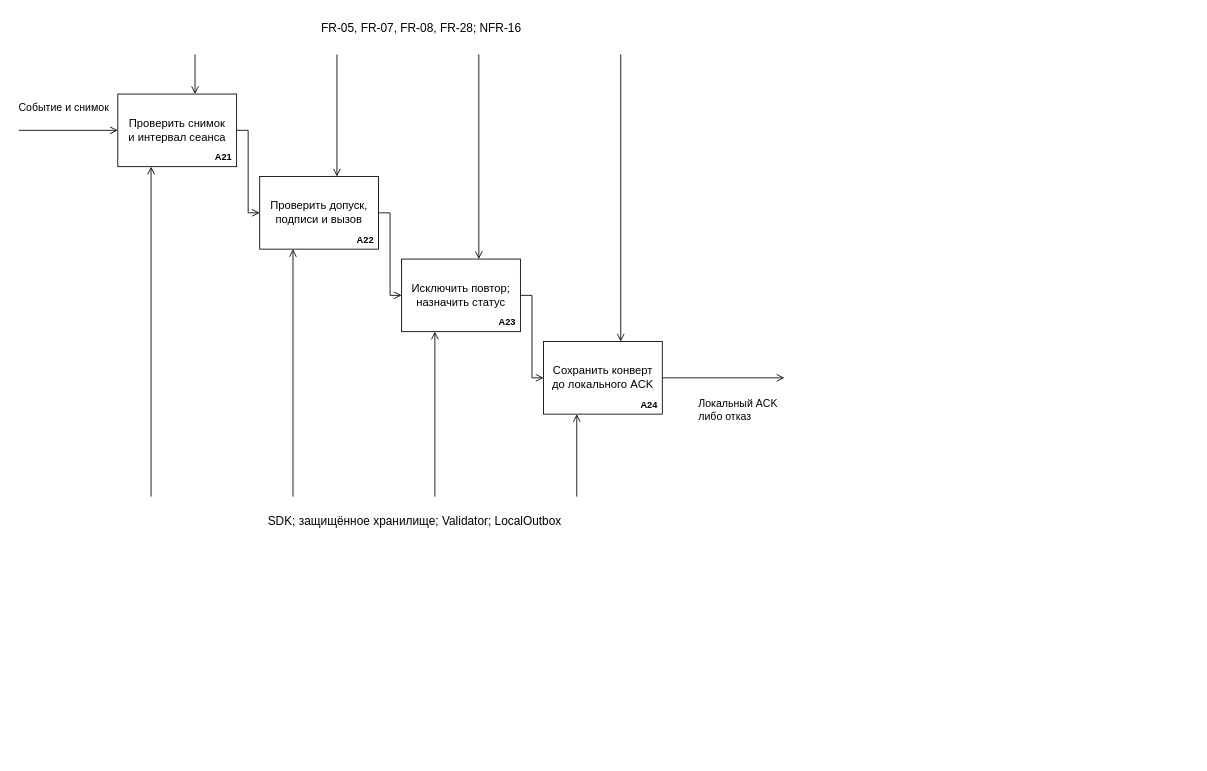
Before: page "Декомпозиция IDEF0 A2 — приём отметки" (3 of 27) of docs/diagrams/technical-project/attendify-technical-project.drawio in idkwhyiamsogood/attendify, a draw.io diagram. Source tidied: cells renumbered, new cells numbered last; positions are measured from the earlier drawing's top-left corner, leaving out a move shared by most shapes. Both pictures are drawn from the tidied source at 66%, with x=0, y=0 at pixel (18, 11).
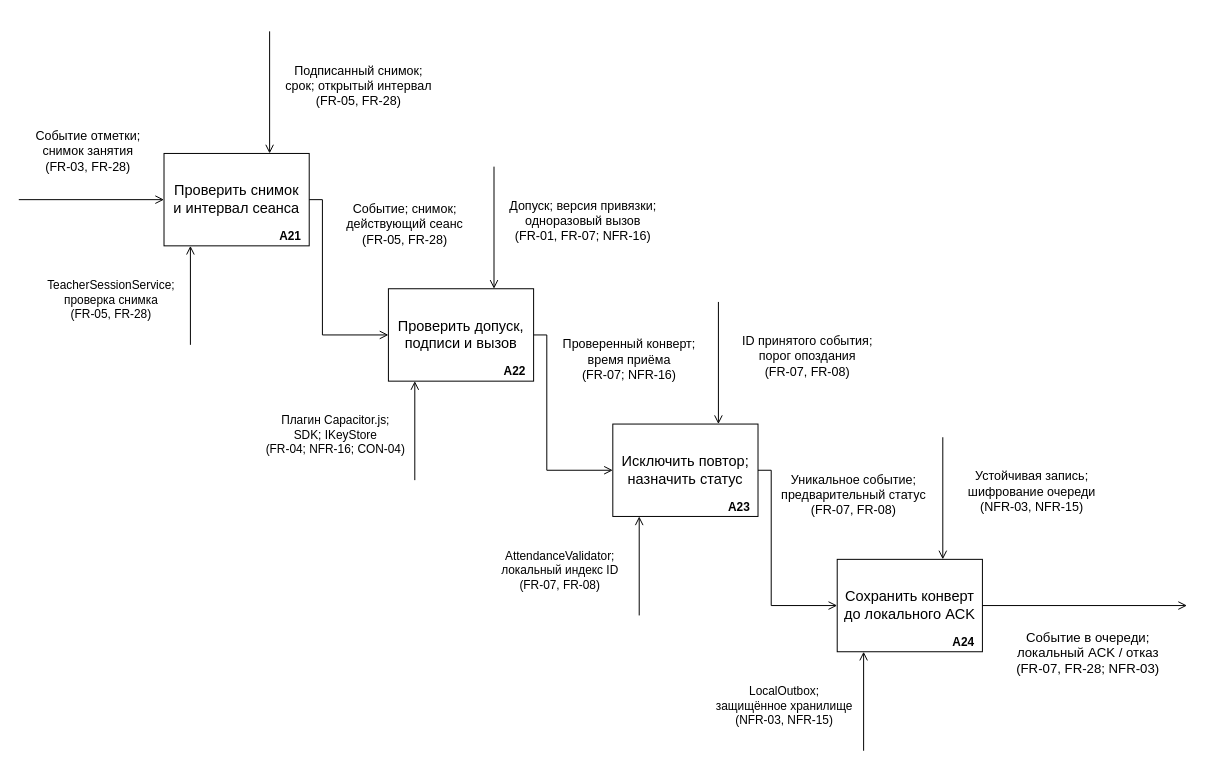
The same diagram, later.

Change to the diagram source:
```diff
@@
-    <mxCell id="2" value="Проверить снимок&#10;и интервал сеанса" style="whiteSpace=wrap;html=0;fontFamily=Arial;fontSize=17;fontColor=#000000;strokeColor=#000000;fillColor=#ffffff;strokeWidth=1.3;spacing=5;" parent="1" vertex="1">
-      <mxGeometry x="150" y="125" width="180" height="110" as="geometry" />
+    <mxCell id="2" value="Проверить снимок&#10;и интервал сеанса" style="whiteSpace=wrap;html=0;fontFamily=Arial;fontSize=22;fontColor=#000000;strokeColor=#000000;fillColor=#ffffff;strokeWidth=1.5;spacing=10;" parent="1" vertex="1">
+      <mxGeometry x="220" y="215" width="220" height="140" as="geometry" />
     </mxCell>
-    <mxCell id="3" value="A21" style="whiteSpace=wrap;html=0;fontFamily=Arial;fontSize=14;fontColor=#000000;strokeColor=#000000;fillColor=#ffffff;strokeWidth=1.3;spacing=5;text;strokeColor=none;fillColor=none;align=right;verticalAlign=middle;spacing=0;fontStyle=1;" parent="1" vertex="1">
-      <mxGeometry x="285" y="211" width="38" height="19" as="geometry" />
+    <mxCell id="3" value="A21" style="text;html=0;align=right;verticalAlign=middle;fontFamily=Arial;fontSize=18;fontStyle=1;strokeColor=none;fillColor=none;fontColor=#000000;" parent="1" vertex="1">
+      <mxGeometry x="385" y="327" width="45" height="23" as="geometry" />
     </mxCell>
-    <mxCell id="4" style="html=0;fontFamily=Arial;fontSize=16;strokeColor=#000000;strokeWidth=1.3;fontColor=#000000;endArrow=open;endSize=9;startArrow=none;rounded=0;noEdgeStyle=1;labelBackgroundColor=#ffffff;" parent="1" edge="1">
-      <mxGeometry relative="1" as="geometry">
-        <mxPoint x="267" y="65" as="sourcePoint" />
-        <mxPoint x="267" y="125" as="targetPoint" />
-      </mxGeometry>
-    </mxCell>
-    <mxCell id="5" style="html=0;fontFamily=Arial;fontSize=16;strokeColor=#000000;strokeWidth=1.3;fontColor=#000000;endArrow=open;endSize=9;startArrow=none;rounded=0;noEdgeStyle=1;labelBackgroundColor=#ffffff;" parent="1" edge="1">
-      <mxGeometry relative="1" as="geometry">
-        <mxPoint x="200.4" y="735" as="sourcePoint" />
-        <mxPoint x="200.4" y="235" as="targetPoint" />
-      </mxGeometry>
-    </mxCell>
+    <mxCell id="27" value="Подписанный снимок;&#10;срок; открытый интервал&#10;(FR-05, FR-28)" style="html=0;fontFamily=Arial;fontSize=19;fontColor=#000000;strokeColor=#000000;strokeWidth=1.5;endArrow=open;endSize=10;startArrow=none;rounded=0;noEdgeStyle=1;labelBackgroundColor=#ffffff;labelWidth=235;align=center;verticalAlign=middle;spacing=2;" parent="1" edge="1">
+      <mxGeometry relative="1" as="geometry">
+        <mxPoint x="380" y="30" as="sourcePoint" />
+        <mxPoint x="380" y="215" as="targetPoint" />
+        <mxPoint x="135" y="-12.5" as="offset" />
+      </mxGeometry>
+    </mxCell>
+    <mxCell id="28" value="TeacherSessionService;&#10;проверка снимка&#10;(FR-05, FR-28)" style="html=0;fontFamily=Arial;fontSize=18;fontColor=#000000;strokeColor=#000000;strokeWidth=1.5;endArrow=open;endSize=10;startArrow=none;rounded=0;noEdgeStyle=1;labelBackgroundColor=#ffffff;labelWidth=225;align=center;verticalAlign=middle;spacing=2;" parent="1" edge="1">
+      <mxGeometry relative="1" as="geometry">
+        <mxPoint x="260" y="505" as="sourcePoint" />
+        <mxPoint x="260" y="355" as="targetPoint" />
+        <mxPoint x="-120" y="5" as="offset" />
+      </mxGeometry>
+    </mxCell>
-    <mxCell id="6" value="Проверить допуск,&#10;подписи и вызов" style="whiteSpace=wrap;html=0;fontFamily=Arial;fontSize=17;fontColor=#000000;strokeColor=#000000;fillColor=#ffffff;strokeWidth=1.3;spacing=5;" parent="1" vertex="1">
-      <mxGeometry x="365" y="250" width="180" height="110" as="geometry" />
+    <mxCell id="6" value="Проверить допуск,&#10;подписи и вызов" style="whiteSpace=wrap;html=0;fontFamily=Arial;fontSize=22;fontColor=#000000;strokeColor=#000000;fillColor=#ffffff;strokeWidth=1.5;spacing=10;" parent="1" vertex="1">
+      <mxGeometry x="560" y="420" width="220" height="140" as="geometry" />
     </mxCell>
-    <mxCell id="7" value="A22" style="whiteSpace=wrap;html=0;fontFamily=Arial;fontSize=14;fontColor=#000000;strokeColor=#000000;fillColor=#ffffff;strokeWidth=1.3;spacing=5;text;strokeColor=none;fillColor=none;align=right;verticalAlign=middle;spacing=0;fontStyle=1;" parent="1" vertex="1">
-      <mxGeometry x="500" y="336" width="38" height="19" as="geometry" />
+    <mxCell id="7" value="A22" style="text;html=0;align=right;verticalAlign=middle;fontFamily=Arial;fontSize=18;fontStyle=1;strokeColor=none;fillColor=none;fontColor=#000000;" parent="1" vertex="1">
+      <mxGeometry x="725" y="532" width="45" height="23" as="geometry" />
     </mxCell>
-    <mxCell id="8" style="html=0;fontFamily=Arial;fontSize=16;strokeColor=#000000;strokeWidth=1.3;fontColor=#000000;endArrow=open;endSize=9;startArrow=none;rounded=0;noEdgeStyle=1;labelBackgroundColor=#ffffff;" parent="1" edge="1">
-      <mxGeometry relative="1" as="geometry">
-        <mxPoint x="482" y="65" as="sourcePoint" />
-        <mxPoint x="482" y="250" as="targetPoint" />
-      </mxGeometry>
-    </mxCell>
-    <mxCell id="9" style="html=0;fontFamily=Arial;fontSize=16;strokeColor=#000000;strokeWidth=1.3;fontColor=#000000;endArrow=open;endSize=9;startArrow=none;rounded=0;noEdgeStyle=1;labelBackgroundColor=#ffffff;" parent="1" edge="1">
-      <mxGeometry relative="1" as="geometry">
-        <mxPoint x="415.4" y="735" as="sourcePoint" />
-        <mxPoint x="415.4" y="360" as="targetPoint" />
-      </mxGeometry>
-    </mxCell>
+    <mxCell id="29" value="Допуск; версия привязки;&#10;одноразовый вызов&#10;(FR-01, FR-07; NFR-16)" style="html=0;fontFamily=Arial;fontSize=19;fontColor=#000000;strokeColor=#000000;strokeWidth=1.5;endArrow=open;endSize=10;startArrow=none;rounded=0;noEdgeStyle=1;labelBackgroundColor=#ffffff;labelWidth=235;align=center;verticalAlign=middle;spacing=2;" parent="1" edge="1">
+      <mxGeometry relative="1" as="geometry">
+        <mxPoint x="720" y="235" as="sourcePoint" />
+        <mxPoint x="720" y="420" as="targetPoint" />
+        <mxPoint x="135" y="-12.5" as="offset" />
+      </mxGeometry>
+    </mxCell>
+    <mxCell id="30" value="Плагин Capacitor.js;&#10;SDK; IKeyStore&#10;(FR-04; NFR-16; CON-04)" style="html=0;fontFamily=Arial;fontSize=18;fontColor=#000000;strokeColor=#000000;strokeWidth=1.5;endArrow=open;endSize=10;startArrow=none;rounded=0;noEdgeStyle=1;labelBackgroundColor=#ffffff;labelWidth=225;align=center;verticalAlign=middle;spacing=2;" parent="1" edge="1">
+      <mxGeometry relative="1" as="geometry">
+        <mxPoint x="600" y="710" as="sourcePoint" />
+        <mxPoint x="600" y="560" as="targetPoint" />
+        <mxPoint x="-120" y="5" as="offset" />
+      </mxGeometry>
+    </mxCell>
-    <mxCell id="10" value="Исключить повтор;&#10;назначить статус" style="whiteSpace=wrap;html=0;fontFamily=Arial;fontSize=17;fontColor=#000000;strokeColor=#000000;fillColor=#ffffff;strokeWidth=1.3;spacing=5;" parent="1" vertex="1">
-      <mxGeometry x="580" y="375" width="180" height="110" as="geometry" />
+    <mxCell id="10" value="Исключить повтор;&#10;назначить статус" style="whiteSpace=wrap;html=0;fontFamily=Arial;fontSize=22;fontColor=#000000;strokeColor=#000000;fillColor=#ffffff;strokeWidth=1.5;spacing=10;" parent="1" vertex="1">
+      <mxGeometry x="900" y="625" width="220" height="140" as="geometry" />
     </mxCell>
-    <mxCell id="11" value="A23" style="whiteSpace=wrap;html=0;fontFamily=Arial;fontSize=14;fontColor=#000000;strokeColor=#000000;fillColor=#ffffff;strokeWidth=1.3;spacing=5;text;strokeColor=none;fillColor=none;align=right;verticalAlign=middle;spacing=0;fontStyle=1;" parent="1" vertex="1">
-      <mxGeometry x="715" y="461" width="38" height="19" as="geometry" />
+    <mxCell id="11" value="A23" style="text;html=0;align=right;verticalAlign=middle;fontFamily=Arial;fontSize=18;fontStyle=1;strokeColor=none;fillColor=none;fontColor=#000000;" parent="1" vertex="1">
+      <mxGeometry x="1065" y="737" width="45" height="23" as="geometry" />
     </mxCell>
-    <mxCell id="12" style="html=0;fontFamily=Arial;fontSize=16;strokeColor=#000000;strokeWidth=1.3;fontColor=#000000;endArrow=open;endSize=9;startArrow=none;rounded=0;noEdgeStyle=1;labelBackgroundColor=#ffffff;" parent="1" edge="1">
-      <mxGeometry relative="1" as="geometry">
-        <mxPoint x="697" y="65" as="sourcePoint" />
-        <mxPoint x="697" y="375" as="targetPoint" />
-      </mxGeometry>
-    </mxCell>
-    <mxCell id="13" style="html=0;fontFamily=Arial;fontSize=16;strokeColor=#000000;strokeWidth=1.3;fontColor=#000000;endArrow=open;endSize=9;startArrow=none;rounded=0;noEdgeStyle=1;labelBackgroundColor=#ffffff;" parent="1" edge="1">
-      <mxGeometry relative="1" as="geometry">
-        <mxPoint x="630.4" y="735" as="sourcePoint" />
-        <mxPoint x="630.4" y="485" as="targetPoint" />
-      </mxGeometry>
-    </mxCell>
+    <mxCell id="31" value="ID принятого события;&#10;порог опоздания&#10;(FR-07, FR-08)" style="html=0;fontFamily=Arial;fontSize=19;fontColor=#000000;strokeColor=#000000;strokeWidth=1.5;endArrow=open;endSize=10;startArrow=none;rounded=0;noEdgeStyle=1;labelBackgroundColor=#ffffff;labelWidth=235;align=center;verticalAlign=middle;spacing=2;" parent="1" edge="1">
+      <mxGeometry relative="1" as="geometry">
+        <mxPoint x="1060" y="440" as="sourcePoint" />
+        <mxPoint x="1060" y="625" as="targetPoint" />
+        <mxPoint x="135" y="-12.5" as="offset" />
+      </mxGeometry>
+    </mxCell>
+    <mxCell id="32" value="AttendanceValidator;&#10;локальный индекс ID&#10;(FR-07, FR-08)" style="html=0;fontFamily=Arial;fontSize=18;fontColor=#000000;strokeColor=#000000;strokeWidth=1.5;endArrow=open;endSize=10;startArrow=none;rounded=0;noEdgeStyle=1;labelBackgroundColor=#ffffff;labelWidth=225;align=center;verticalAlign=middle;spacing=2;" parent="1" edge="1">
+      <mxGeometry relative="1" as="geometry">
+        <mxPoint x="940" y="915" as="sourcePoint" />
+        <mxPoint x="940" y="765" as="targetPoint" />
+        <mxPoint x="-120" y="5" as="offset" />
+      </mxGeometry>
+    </mxCell>
-    <mxCell id="14" value="Сохранить конверт&#10;до локального ACK" style="whiteSpace=wrap;html=0;fontFamily=Arial;fontSize=17;fontColor=#000000;strokeColor=#000000;fillColor=#ffffff;strokeWidth=1.3;spacing=5;" parent="1" vertex="1">
-      <mxGeometry x="795" y="500" width="180" height="110" as="geometry" />
+    <mxCell id="14" value="Сохранить конверт&#10;до локального ACK" style="whiteSpace=wrap;html=0;fontFamily=Arial;fontSize=22;fontColor=#000000;strokeColor=#000000;fillColor=#ffffff;strokeWidth=1.5;spacing=10;" parent="1" vertex="1">
+      <mxGeometry x="1240" y="830" width="220" height="140" as="geometry" />
     </mxCell>
-    <mxCell id="15" value="A24" style="whiteSpace=wrap;html=0;fontFamily=Arial;fontSize=14;fontColor=#000000;strokeColor=#000000;fillColor=#ffffff;strokeWidth=1.3;spacing=5;text;strokeColor=none;fillColor=none;align=right;verticalAlign=middle;spacing=0;fontStyle=1;" parent="1" vertex="1">
-      <mxGeometry x="930" y="586" width="38" height="19" as="geometry" />
+    <mxCell id="15" value="A24" style="text;html=0;align=right;verticalAlign=middle;fontFamily=Arial;fontSize=18;fontStyle=1;strokeColor=none;fillColor=none;fontColor=#000000;" parent="1" vertex="1">
+      <mxGeometry x="1405" y="942" width="45" height="23" as="geometry" />
     </mxCell>
-    <mxCell id="16" style="html=0;fontFamily=Arial;fontSize=16;strokeColor=#000000;strokeWidth=1.3;fontColor=#000000;endArrow=open;endSize=9;startArrow=none;rounded=0;noEdgeStyle=1;labelBackgroundColor=#ffffff;" parent="1" edge="1">
-      <mxGeometry relative="1" as="geometry">
-        <mxPoint x="912" y="65" as="sourcePoint" />
-        <mxPoint x="912" y="500" as="targetPoint" />
-      </mxGeometry>
-    </mxCell>
-    <mxCell id="17" style="html=0;fontFamily=Arial;fontSize=16;strokeColor=#000000;strokeWidth=1.3;fontColor=#000000;endArrow=open;endSize=9;startArrow=none;rounded=0;noEdgeStyle=1;labelBackgroundColor=#ffffff;" parent="1" edge="1">
-      <mxGeometry relative="1" as="geometry">
-        <mxPoint x="845.4" y="735" as="sourcePoint" />
-        <mxPoint x="845.4" y="610" as="targetPoint" />
-      </mxGeometry>
-    </mxCell>
-    <mxCell id="18" value="FR-05, FR-07, FR-08, FR-28; NFR-16" style="whiteSpace=wrap;html=0;fontFamily=Arial;fontSize=18;fontColor=#000000;strokeColor=#000000;fillColor=#ffffff;strokeWidth=1.3;spacing=5;text;strokeColor=none;fillColor=none;align=center;verticalAlign=middle;spacing=0;" parent="1" vertex="1">
-      <mxGeometry x="160" width="900" height="50" as="geometry" />
-    </mxCell>
-    <mxCell id="19" value="SDK; защищённое хранилище; Validator; LocalOutbox" style="whiteSpace=wrap;html=0;fontFamily=Arial;fontSize=18;fontColor=#000000;strokeColor=#000000;fillColor=#ffffff;strokeWidth=1.3;spacing=5;text;strokeColor=none;fillColor=none;align=center;verticalAlign=middle;spacing=0;" parent="1" vertex="1">
-      <mxGeometry x="110" y="750" width="980" height="45" as="geometry" />
-    </mxCell>
-    <mxCell id="20" style="html=0;fontFamily=Arial;fontSize=16;strokeColor=#000000;strokeWidth=1.3;fontColor=#000000;endArrow=open;endSize=9;startArrow=none;rounded=0;noEdgeStyle=1;labelBackgroundColor=#ffffff;" parent="1" edge="1">
-      <mxGeometry relative="1" as="geometry">
-        <mxPoint y="180" as="sourcePoint" />
-        <mxPoint x="150" y="180" as="targetPoint" />
-      </mxGeometry>
-    </mxCell>
-    <mxCell id="21" value="Событие и снимок" style="whiteSpace=wrap;html=0;fontFamily=Arial;fontSize=16;fontColor=#000000;strokeColor=#000000;fillColor=#ffffff;strokeWidth=1.3;spacing=5;text;strokeColor=none;fillColor=none;align=left;verticalAlign=middle;spacing=0;" parent="1" vertex="1">
-      <mxGeometry y="120" width="145" height="50" as="geometry" />
-    </mxCell>
-    <mxCell id="22" style="html=0;fontFamily=Arial;fontSize=16;strokeColor=#000000;strokeWidth=1.3;fontColor=#000000;endArrow=open;endSize=9;startArrow=none;rounded=0;noEdgeStyle=1;labelBackgroundColor=#ffffff;exitX=1;exitY=0.5;entryX=0;entryY=0.5;exitPerimeter=0;entryPerimeter=0;" parent="1" edge="1" source="2" target="6">
-      <mxGeometry relative="1" as="geometry">
-        <Array as="points">
-          <mxPoint x="347.5" y="180" />
-          <mxPoint x="347.5" y="305" />
-        </Array>
-      </mxGeometry>
-    </mxCell>
-    <mxCell id="23" style="html=0;fontFamily=Arial;fontSize=16;strokeColor=#000000;strokeWidth=1.3;fontColor=#000000;endArrow=open;endSize=9;startArrow=none;rounded=0;noEdgeStyle=1;labelBackgroundColor=#ffffff;exitX=1;exitY=0.5;entryX=0;entryY=0.5;exitPerimeter=0;entryPerimeter=0;" parent="1" edge="1" source="6" target="10">
-      <mxGeometry relative="1" as="geometry">
-        <Array as="points">
-          <mxPoint x="562.5" y="305" />
-          <mxPoint x="562.5" y="430" />
-        </Array>
-      </mxGeometry>
-    </mxCell>
-    <mxCell id="24" style="html=0;fontFamily=Arial;fontSize=16;strokeColor=#000000;strokeWidth=1.3;fontColor=#000000;endArrow=open;endSize=9;startArrow=none;rounded=0;noEdgeStyle=1;labelBackgroundColor=#ffffff;exitX=1;exitY=0.5;entryX=0;entryY=0.5;exitPerimeter=0;entryPerimeter=0;" parent="1" edge="1" source="10" target="14">
-      <mxGeometry relative="1" as="geometry">
-        <Array as="points">
-          <mxPoint x="777.5" y="430" />
-          <mxPoint x="777.5" y="555" />
-        </Array>
-      </mxGeometry>
-    </mxCell>
-    <mxCell id="25" style="html=0;fontFamily=Arial;fontSize=16;strokeColor=#000000;strokeWidth=1.3;fontColor=#000000;endArrow=open;endSize=9;startArrow=none;rounded=0;noEdgeStyle=1;labelBackgroundColor=#ffffff;" parent="1" edge="1">
-      <mxGeometry relative="1" as="geometry">
-        <mxPoint x="975" y="555" as="sourcePoint" />
-        <mxPoint x="1160" y="555" as="targetPoint" />
-      </mxGeometry>
-    </mxCell>
-    <mxCell id="26" value="Локальный ACK&#10;либо отказ" style="whiteSpace=wrap;html=0;fontFamily=Arial;fontSize=16;fontColor=#000000;strokeColor=#000000;fillColor=#ffffff;strokeWidth=1.3;spacing=5;text;strokeColor=none;fillColor=none;align=left;verticalAlign=middle;spacing=0;" parent="1" vertex="1">
-      <mxGeometry x="1030" y="570" width="170" height="65" as="geometry" />
-    </mxCell>
+    <mxCell id="33" value="Устойчивая запись;&#10;шифрование очереди&#10;(NFR-03, NFR-15)" style="html=0;fontFamily=Arial;fontSize=19;fontColor=#000000;strokeColor=#000000;strokeWidth=1.5;endArrow=open;endSize=10;startArrow=none;rounded=0;noEdgeStyle=1;labelBackgroundColor=#ffffff;labelWidth=235;align=center;verticalAlign=middle;spacing=2;" parent="1" edge="1">
+      <mxGeometry relative="1" as="geometry">
+        <mxPoint x="1400" y="645" as="sourcePoint" />
+        <mxPoint x="1400" y="830" as="targetPoint" />
+        <mxPoint x="135" y="-12.5" as="offset" />
+      </mxGeometry>
+    </mxCell>
+    <mxCell id="34" value="LocalOutbox;&#10;защищённое хранилище&#10;(NFR-03, NFR-15)" style="html=0;fontFamily=Arial;fontSize=18;fontColor=#000000;strokeColor=#000000;strokeWidth=1.5;endArrow=open;endSize=10;startArrow=none;rounded=0;noEdgeStyle=1;labelBackgroundColor=#ffffff;labelWidth=225;align=center;verticalAlign=middle;spacing=2;" parent="1" edge="1">
+      <mxGeometry relative="1" as="geometry">
+        <mxPoint x="1280" y="1120" as="sourcePoint" />
+        <mxPoint x="1280" y="970" as="targetPoint" />
+        <mxPoint x="-120" y="5" as="offset" />
+      </mxGeometry>
+    </mxCell>
+    <mxCell id="35" value="Событие; снимок;&#10;действующий сеанс&#10;(FR-05, FR-28)" style="html=0;fontFamily=Arial;fontSize=19;fontColor=#000000;strokeColor=#000000;strokeWidth=1.5;endArrow=open;endSize=10;startArrow=none;rounded=0;noEdgeStyle=1;labelBackgroundColor=#ffffff;labelWidth=225;align=center;verticalAlign=middle;spacing=2;" parent="1" edge="1">
+      <mxGeometry relative="1" as="geometry">
+        <mxPoint x="440" y="285" as="sourcePoint" />
+        <mxPoint x="560" y="490" as="targetPoint" />
+        <Array as="points">
+          <mxPoint x="460" y="285" />
+          <mxPoint x="460" y="490" />
+        </Array>
+        <mxPoint x="125" y="-107.5" as="offset" />
+      </mxGeometry>
+    </mxCell>
+    <mxCell id="36" value="Проверенный конверт;&#10;время приёма&#10;(FR-07; NFR-16)" style="html=0;fontFamily=Arial;fontSize=19;fontColor=#000000;strokeColor=#000000;strokeWidth=1.5;endArrow=open;endSize=10;startArrow=none;rounded=0;noEdgeStyle=1;labelBackgroundColor=#ffffff;labelWidth=225;align=center;verticalAlign=middle;spacing=2;" parent="1" edge="1">
+      <mxGeometry relative="1" as="geometry">
+        <mxPoint x="780" y="490" as="sourcePoint" />
+        <mxPoint x="900" y="695" as="targetPoint" />
+        <Array as="points">
+          <mxPoint x="800" y="490" />
+          <mxPoint x="800" y="695" />
+        </Array>
+        <mxPoint x="125" y="-107.5" as="offset" />
+      </mxGeometry>
+    </mxCell>
+    <mxCell id="37" value="Уникальное событие;&#10;предварительный статус&#10;(FR-07, FR-08)" style="html=0;fontFamily=Arial;fontSize=19;fontColor=#000000;strokeColor=#000000;strokeWidth=1.5;endArrow=open;endSize=10;startArrow=none;rounded=0;noEdgeStyle=1;labelBackgroundColor=#ffffff;labelWidth=225;align=center;verticalAlign=middle;spacing=2;" parent="1" edge="1">
+      <mxGeometry relative="1" as="geometry">
+        <mxPoint x="1120" y="695" as="sourcePoint" />
+        <mxPoint x="1240" y="900" as="targetPoint" />
+        <Array as="points">
+          <mxPoint x="1140" y="695" />
+          <mxPoint x="1140" y="900" />
+        </Array>
+        <mxPoint x="125" y="-107.5" as="offset" />
+      </mxGeometry>
+    </mxCell>
+    <mxCell id="38" value="Событие отметки;&#10;снимок занятия&#10;(FR-03, FR-28)" style="html=0;fontFamily=Arial;fontSize=19;fontColor=#000000;strokeColor=#000000;strokeWidth=1.5;endArrow=open;endSize=10;startArrow=none;rounded=0;noEdgeStyle=1;labelBackgroundColor=#ffffff;labelWidth=215;align=center;verticalAlign=middle;spacing=2;" parent="1" edge="1">
+      <mxGeometry relative="1" as="geometry">
+        <mxPoint y="285" as="sourcePoint" />
+        <mxPoint x="220" y="285" as="targetPoint" />
+        <mxPoint x="-5" y="-75" as="offset" />
+      </mxGeometry>
+    </mxCell>
+    <mxCell id="39" value="Событие в очереди;&#10;локальный ACK / отказ&#10;(FR-07, FR-28; NFR-03)" style="html=0;fontFamily=Arial;fontSize=20;fontColor=#000000;strokeColor=#000000;strokeWidth=1.5;endArrow=open;endSize=10;startArrow=none;rounded=0;noEdgeStyle=1;labelBackgroundColor=#ffffff;labelWidth=290;align=center;verticalAlign=middle;spacing=2;" parent="1" edge="1">
+      <mxGeometry relative="1" as="geometry">
+        <mxPoint x="1460" y="900" as="sourcePoint" />
+        <mxPoint x="1770" y="900" as="targetPoint" />
+        <mxPoint x="5" y="70" as="offset" />
+      </mxGeometry>
+    </mxCell>
```
